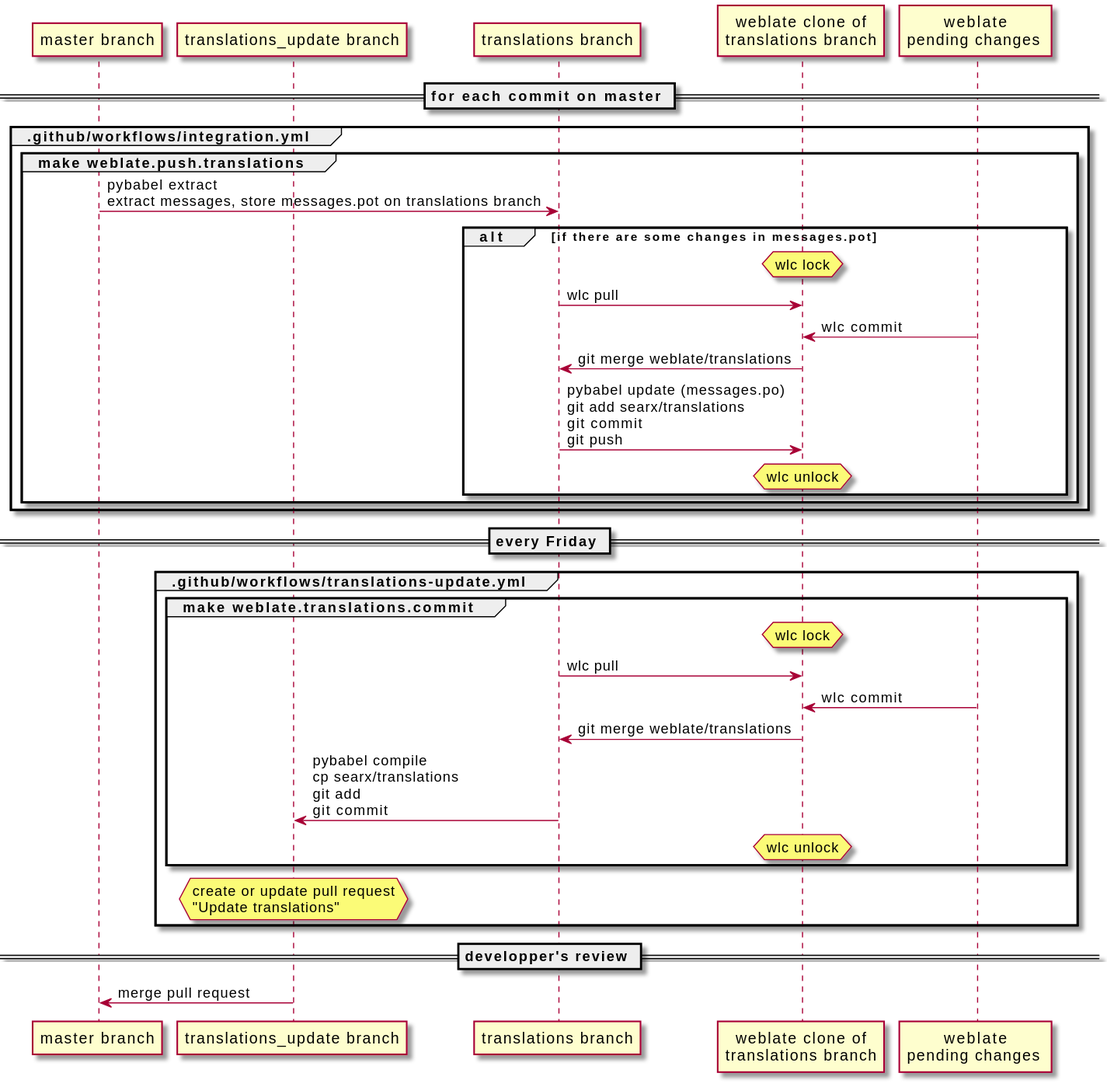
The PlantUML diagram docs/dev/translation.svg in searxng/searxng, before a commit.
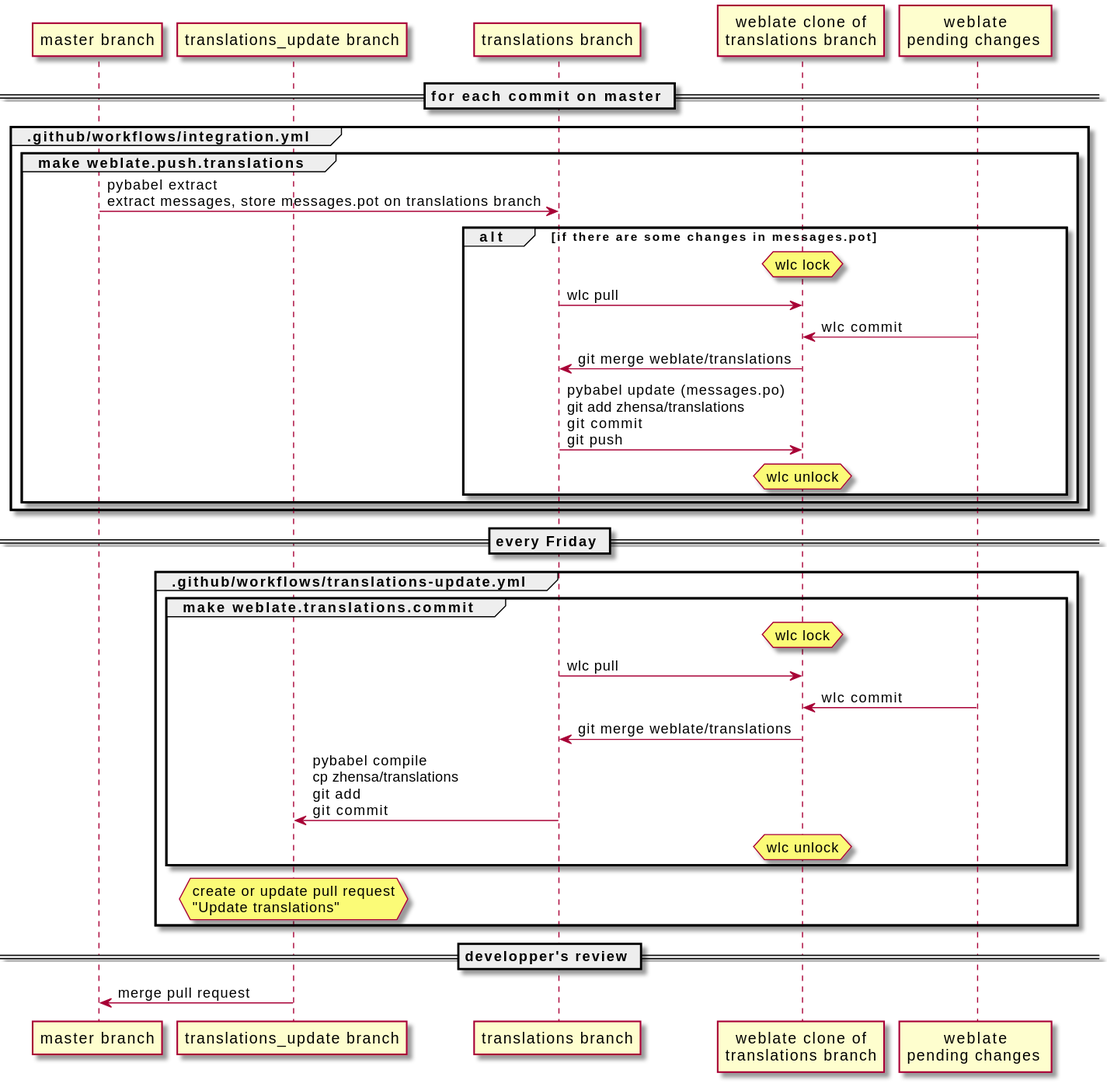
The same file after the commit.

Change to the diagram source:
```diff
@@ -15,7 +15,7 @@
       translations -> weblate: wlc pull
       weblate_change -> weblate: wlc commit
       weblate -> translations: git merge weblate/translations
-      translations -> weblate: pybabel update (messages.po)\ngit add searx/translations\ngit commit\ngit push
+      translations -> weblate: pybabel update (messages.po)\ngit add zhensa/translations\ngit commit\ngit push
       hnote over weblate : wlc unlock
     end
   end
@@ -29,7 +29,7 @@
     translations -> weblate: wlc pull
     weblate_change -> weblate: wlc commit
     weblate -> translations: git merge weblate/translations
-    translations -> translations_update: pybabel compile\ncp searx/translations\ngit add\ngit commit
+    translations -> translations_update: pybabel compile\ncp zhensa/translations\ngit add\ngit commit
     hnote over weblate : wlc unlock
   end
   hnote over translations_update : create or update pull request\n"Update translations"
```
